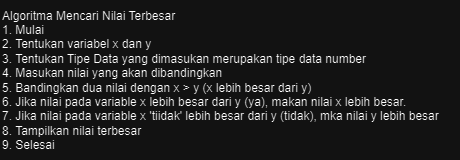
The draw.io diagram 4-StudyCase-Algoritma-Nilai Terbesar.drawio.png in mfdrfauzi/fwg17-computer-science, before a commit. Source tidied: cells renumbered, new cells last; positions are measured from the earlier drawing's top-left corner, leaving out a move shared by most shapes.
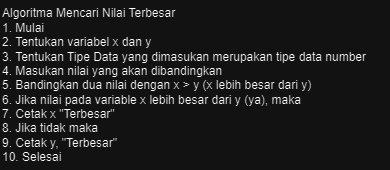
The same diagram one commit later.

Diff of the diagram source:
```diff
@@ -2,8 +2,8 @@
   <root>
     <mxCell id="0" />
     <mxCell id="1" parent="0" />
-    <mxCell id="2" value="Algoritma Mencari Nilai Terbesar&lt;br&gt;1. Mulai&lt;br&gt;2. Tentukan variabel x dan y&lt;br&gt;3. Tentukan Tipe Data yang dimasukan merupakan tipe data number&lt;br&gt;4. Masukan nilai yang akan dibandingkan&lt;br&gt;5. Bandingkan dua nilai dengan x &amp;gt; y (x lebih besar dari y)&lt;br&gt;6. Jika nilai pada variable x lebih besar dari y (ya), makan nilai x lebih besar.&lt;br&gt;7. Jika nilai pada variable x 'tiidak' lebih besar dari y (tidak), mka nilai y lebih besar&lt;br&gt;8. Tampilkan nilai terbesar&lt;br&gt;9. Selesai" style="text;html=1;align=left;verticalAlign=middle;strokeColor=none;fillColor=none;" parent="1" vertex="1">
-      <mxGeometry width="460" height="160" as="geometry" />
+    <mxCell id="2" value="Algoritma Mencari Nilai Terbesar&lt;br&gt;1. Mulai&lt;br&gt;2. Tentukan variabel x dan y&lt;br&gt;3. Tentukan Tipe Data yang dimasukan merupakan tipe data number&lt;br&gt;4. Masukan nilai yang akan dibandingkan&lt;br&gt;5. Bandingkan dua nilai dengan x &amp;gt; y (x lebih besar dari y)&lt;br&gt;6. Jika nilai pada variable x lebih besar dari y (ya), maka&lt;br&gt;7. Cetak x &quot;Terbesar&quot;&lt;br&gt;8. Jika tidak maka&lt;br&gt;9. Cetak y, &quot;Terbesar&quot;&lt;br&gt;10. Selesai" style="text;html=1;align=left;verticalAlign=middle;strokeColor=none;fillColor=none;" parent="1" vertex="1">
+      <mxGeometry width="390" height="170" as="geometry" />
     </mxCell>
   </root>
 </mxGraphModel>
```
